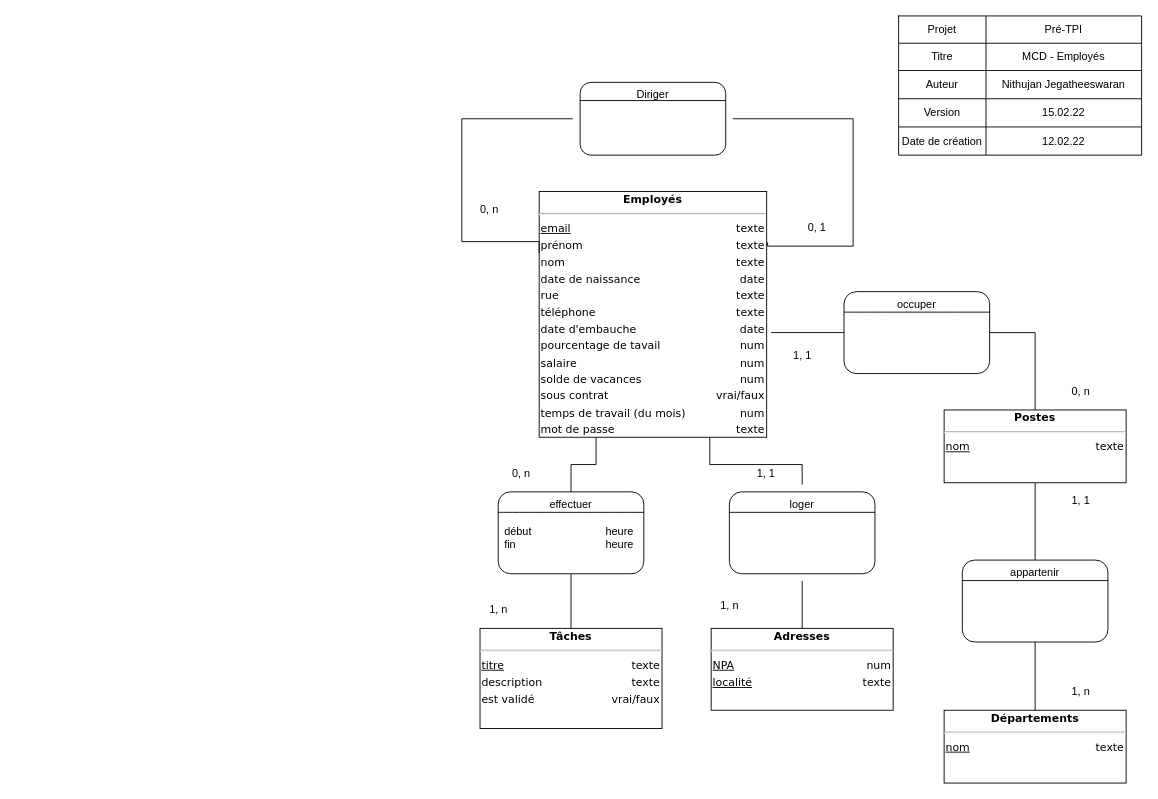
Earlier version of the draw.io diagram conception/MCD_Employés.drawio (J-Nithujan/employee_mgmt_app). Source tidied: cells renumbered, new cells numbered last; positions are measured from the earlier drawing's top-left corner, leaving out a move shared by most shapes. Both pictures are drawn from the tidied source at 91%, with x=0, y=0 at pixel (452, 15).
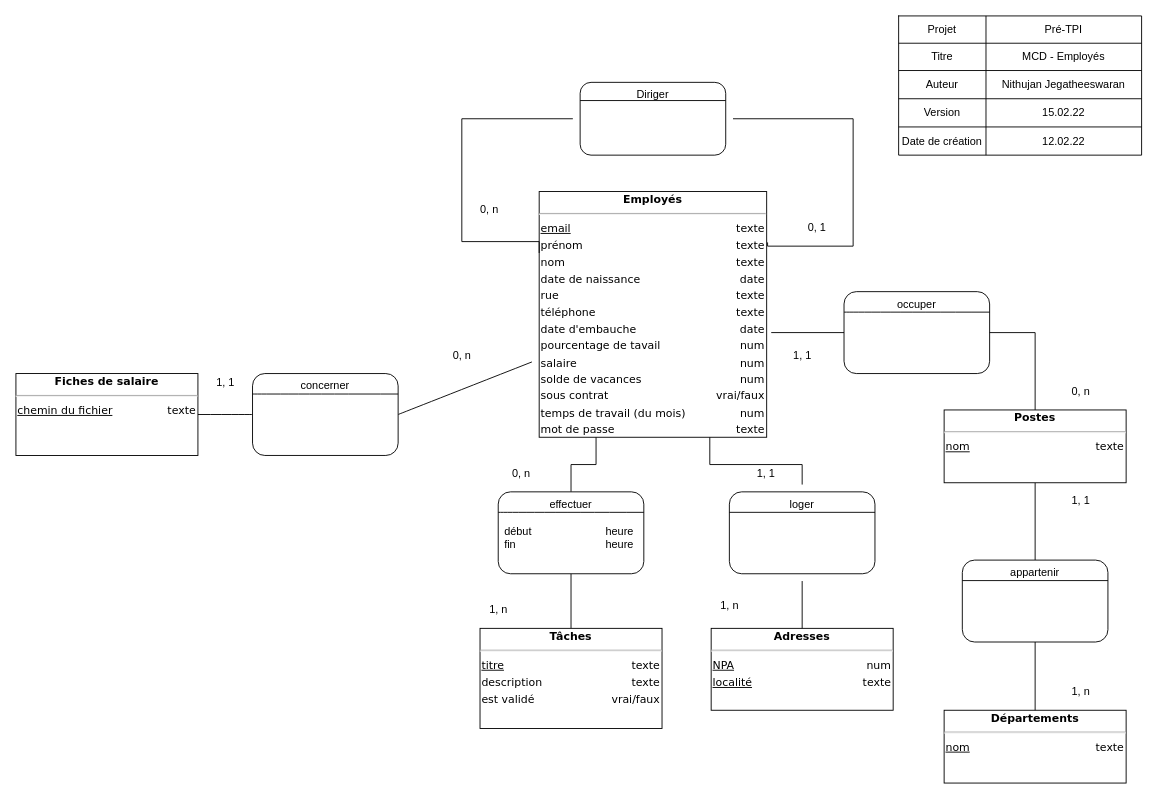
The same page after the edit.

Commit message (it also covers changes not shown here):
conception: use cases and scenarios

Unchanged cells that the change refers to:
```xml
<mxCell id="18" value="&lt;div style=&quot;box-sizing: border-box ; width: 100% ; padding: 2px&quot;&gt;&lt;span style=&quot;background-color: rgb(255 , 255 , 255)&quot;&gt;&lt;b&gt;Employés&lt;/b&gt;&lt;/span&gt;&lt;/div&gt;&lt;hr&gt;&lt;table style=&quot;width: 100% ; font-size: 1em&quot; cellpadding=&quot;2&quot; cellspacing=&quot;0&quot;&gt;&lt;tbody&gt;&lt;tr&gt;&lt;td style=&quot;text-align: left&quot;&gt;&lt;u&gt;email&lt;/u&gt;&lt;br&gt;&lt;/td&gt;&lt;td style=&quot;text-align: right&quot;&gt;texte&lt;/td&gt;&lt;/tr&gt;&lt;tr&gt;&lt;td style=&quot;text-align: left&quot;&gt;prénom&lt;/td&gt;&lt;td style=&quot;text-align: right&quot;&gt;texte&lt;br&gt;&lt;/td&gt;&lt;/tr&gt;&lt;tr&gt;&lt;td style=&quot;text-align: left&quot;&gt;nom&lt;br&gt;&lt;/td&gt;&lt;td style=&quot;text-align: right&quot;&gt;texte&lt;br&gt;&lt;/td&gt;&lt;/tr&gt;&lt;tr&gt;&lt;td style=&quot;text-align: left&quot;&gt;date de naissance&lt;/td&gt;&lt;td style=&quot;text-align: right&quot;&gt;date&lt;/td&gt;&lt;/tr&gt;&lt;tr&gt;&lt;td style=&quot;text-align: left&quot;&gt;rue&lt;/td&gt;&lt;td style=&quot;text-align: right&quot;&gt;texte&lt;/td&gt;&lt;/tr&gt;&lt;tr&gt;&lt;td style=&quot;text-align: left&quot;&gt;téléphone&lt;/td&gt;&lt;td style=&quot;text-align: right&quot;&gt;texte&lt;/td&gt;&lt;/tr&gt;&lt;tr&gt;&lt;td style=&quot;text-align: left&quot;&gt;date d'embauche&lt;br&gt;&lt;/td&gt;&lt;td style=&quot;text-align: right&quot;&gt;date&lt;/td&gt;&lt;/tr&gt;&lt;tr&gt;&lt;td style=&quot;text-align: left&quot;&gt;pourcentage de tavail&lt;/td&gt;&lt;td style=&quot;text-align: right&quot;&gt;num&lt;/td&gt;&lt;/tr&gt;&lt;tr&gt;&lt;td style=&quot;text-align: left&quot;&gt;salaire&lt;/td&gt;&lt;td style=&quot;text-align: right&quot;&gt;num&lt;/td&gt;&lt;/tr&gt;&lt;tr&gt;&lt;td style=&quot;text-align: left&quot;&gt;solde de vacances&lt;/td&gt;&lt;td style=&quot;text-align: right&quot;&gt;num&lt;/td&gt;&lt;/tr&gt;&lt;tr&gt;&lt;td style=&quot;text-align: left&quot;&gt;sous contrat&lt;/td&gt;&lt;td style=&quot;text-align: right&quot;&gt;vrai/faux&lt;/td&gt;&lt;/tr&gt;&lt;tr&gt;&lt;td style=&quot;text-align: left&quot;&gt;temps de travail (du mois)&lt;/td&gt;&lt;td style=&quot;text-align: right&quot;&gt;num&lt;/td&gt;&lt;/tr&gt;&lt;tr&gt;&lt;td style=&quot;text-align: left&quot;&gt;mot de passe&lt;/td&gt;&lt;td style=&quot;text-align: right&quot;&gt;texte&lt;/td&gt;&lt;/tr&gt;&lt;/tbody&gt;&lt;/table&gt;" style="verticalAlign=top;align=center;overflow=fill;html=1;rounded=0;shadow=0;comic=0;labelBackgroundColor=none;strokeColor=#000000;strokeWidth=1;fillColor=#ffffff;fontFamily=Verdana;fontSize=12;fontColor=#000000;hachureGap=4;" parent="1" vertex="1">
  <mxGeometry x="95" y="193" width="250" height="270" as="geometry" />
</mxCell>
```

The edit, as a diff of the source:
```diff
@@
+    <mxCell id="56" value="&lt;div style=&quot;box-sizing: border-box ; width: 100% ; padding: 2px&quot;&gt;&lt;span style=&quot;background-color: rgb(255 , 255 , 255)&quot;&gt;&lt;b&gt;Fiches de salaire&lt;/b&gt;&lt;/span&gt;&lt;/div&gt;&lt;hr&gt;&lt;table style=&quot;width: 100% ; font-size: 1em&quot; cellpadding=&quot;2&quot; cellspacing=&quot;0&quot;&gt;&lt;tbody&gt;&lt;tr&gt;&lt;td style=&quot;text-align: left&quot;&gt;&lt;u&gt;chemin du fichier&lt;/u&gt;&lt;/td&gt;&lt;td style=&quot;text-align: right&quot;&gt;texte&lt;br&gt;&lt;/td&gt;&lt;/tr&gt;&lt;/tbody&gt;&lt;/table&gt;" style="verticalAlign=top;align=center;overflow=fill;html=1;rounded=0;shadow=0;comic=0;labelBackgroundColor=none;strokeColor=#000000;strokeWidth=1;fillColor=#ffffff;fontFamily=Verdana;fontSize=12;fontColor=#000000;hachureGap=4;" parent="1" vertex="1">
+      <mxGeometry x="-480" y="393" width="200" height="90" as="geometry" />
+    </mxCell>
+    <mxCell id="57" style="edgeStyle=none;curved=1;rounded=0;jettySize=auto;html=1;exitX=1;exitY=0.5;exitDx=0;exitDy=0;endArrow=none;endFill=0;startSize=14;endSize=14;sourcePerimeterSpacing=8;targetPerimeterSpacing=8;" parent="1" edge="1" source="59" target="18">
+      <mxGeometry relative="1" as="geometry" />
+    </mxCell>
+    <mxCell id="58" style="edgeStyle=none;curved=1;rounded=0;jettySize=auto;html=1;exitX=0;exitY=0.5;exitDx=0;exitDy=0;entryX=1;entryY=0.5;entryDx=0;entryDy=0;endArrow=none;endFill=0;startSize=14;endSize=14;sourcePerimeterSpacing=8;targetPerimeterSpacing=8;" parent="1" edge="1" source="59" target="56">
+      <mxGeometry relative="1" as="geometry" />
+    </mxCell>
+    <mxCell id="59" value="concerner" style="rounded=1;whiteSpace=wrap;html=1;verticalAlign=top;hachureGap=4;" parent="1" vertex="1">
+      <mxGeometry x="-220" y="393" width="160" height="90" as="geometry" />
+    </mxCell>
+    <mxCell id="60" style="edgeStyle=none;curved=1;rounded=0;orthogonalLoop=1;jettySize=auto;html=1;exitX=0;exitY=0.25;exitDx=0;exitDy=0;entryX=1;entryY=0.25;entryDx=0;entryDy=0;endArrow=none;startSize=14;endSize=14;sourcePerimeterSpacing=8;targetPerimeterSpacing=8;endFill=0;" parent="1" edge="1" source="59" target="59">
+      <mxGeometry relative="1" as="geometry" />
+    </mxCell>
+    <mxCell id="61" value="0, n" style="text;html=1;align=center;verticalAlign=middle;strokeColor=none;fillColor=none;" parent="1" vertex="1">
+      <mxGeometry x="-10" y="363" width="40" height="20" as="geometry" />
+    </mxCell>
+    <mxCell id="62" value="1, 1" style="text;html=1;align=center;verticalAlign=middle;strokeColor=none;fillColor=none;" parent="1" vertex="1">
+      <mxGeometry x="-270" y="393" width="40" height="20" as="geometry" />
+    </mxCell>
```
